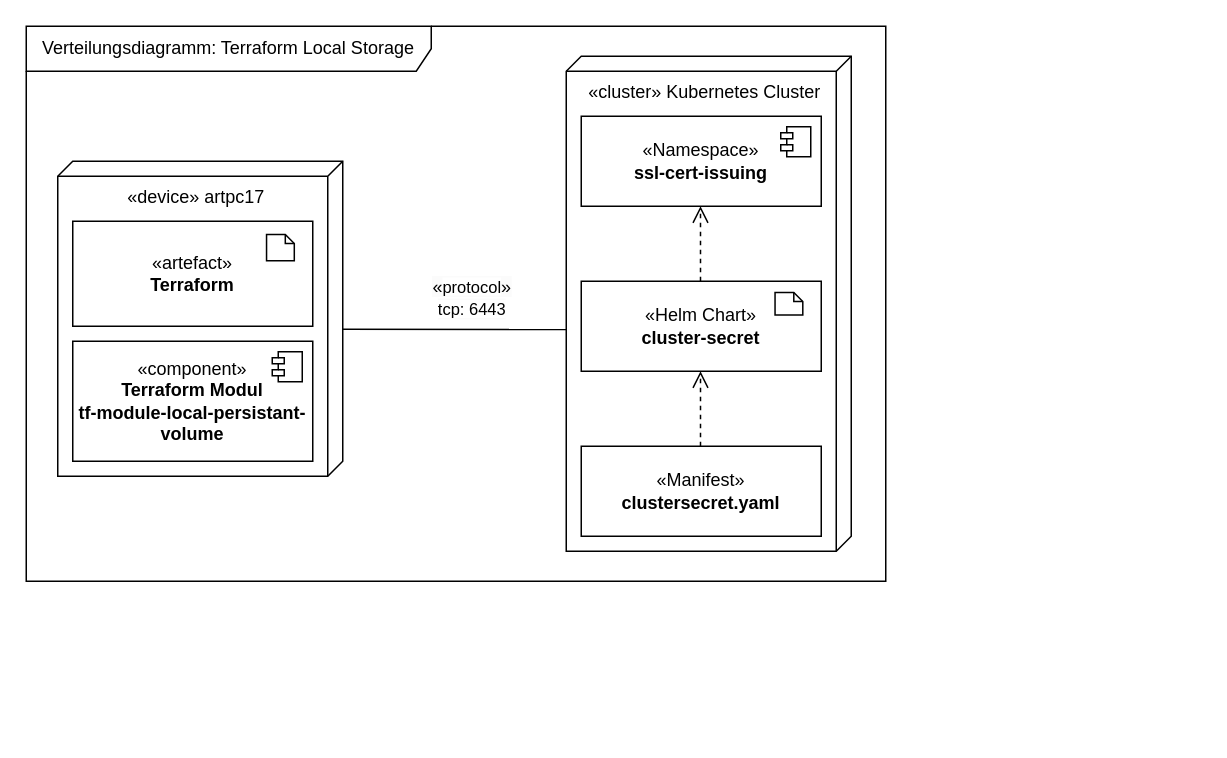
Earlier version of the draw.io diagram uni-bsc/dd-terraform-localstorage.drawio (pogii123/drawio-charts). Source tidied: cells renumbered, new cells numbered last; positions are measured from the earlier drawing's top-left corner, leaving out a move shared by most shapes. Both pictures are drawn from the tidied source at 150%, with x=0, y=0 at pixel (26, 26).
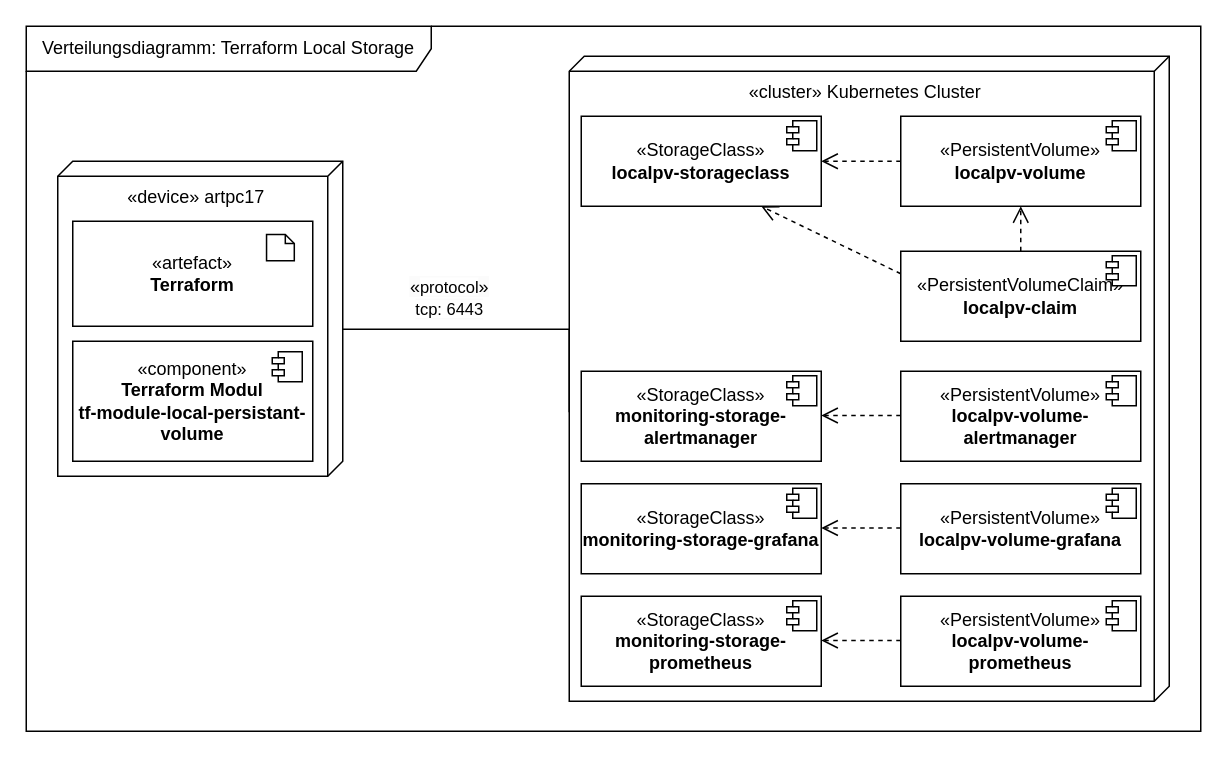
Above is the later version.

The change refers to these unchanged cells:
```xml
<mxCell id="8" style="edgeStyle=orthogonalEdgeStyle;rounded=0;jettySize=auto;html=1;endArrow=none;endFill=0;entryX=0.552;entryY=1;entryDx=0;entryDy=0;entryPerimeter=0;" parent="1" edge="1" target="11">
  <mxGeometry relative="1" as="geometry">
    <mxPoint x="211" y="202" as="sourcePoint" />
    <Array as="points">
      <mxPoint x="211" y="202" />
    </Array>
  </mxGeometry>
</mxCell>
```

What changed in the source:
```diff
@@
     <mxCell id="9" value="&lt;span style=&quot;font-size: 12px; text-wrap: wrap; background-color: rgb(251, 251, 251);&quot;&gt;&lt;span style=&quot;text-wrap-style: initial; background-color: rgb(251, 251, 251);&quot;&gt;«&lt;/span&gt;&lt;span style=&quot;font-size: 11px; text-wrap-mode: nowrap; background-color: rgb(255, 255, 255);&quot;&gt;protocol&lt;/span&gt;&lt;span style=&quot;text-wrap-style: initial; background-color: rgb(251, 251, 251);&quot;&gt;»&lt;/span&gt;&lt;br style=&quot;font-size: 11px; text-wrap-mode: nowrap;&quot;&gt;&lt;span style=&quot;font-size: 11px; text-wrap-mode: nowrap; background-color: rgb(255, 255, 255);&quot;&gt;tcp: 6443&lt;/span&gt;&lt;/span&gt;" style="edgeLabel;html=1;align=center;verticalAlign=middle;" parent="8" vertex="1">
       <mxGeometry x="-0.26" y="2" relative="1" as="geometry">
-        <mxPoint x="30" y="-20" as="offset" />
+        <mxPoint x="-6" y="-20" as="offset" />
       </mxGeometry>
     </mxCell>
     <mxCell id="10" value="Verteilungsdiagramm: Terraform Local Storage" style="shape=umlFrame;whiteSpace=wrap;html=1;width=270;height=30;" parent="1" vertex="1">
-      <mxGeometry width="573" height="370" as="geometry" />
+      <mxGeometry width="783" height="470" as="geometry" />
     </mxCell>
     <mxCell id="11" value="«cluster» Kubernetes Cluster" style="verticalAlign=top;align=center;shape=cube;size=10;direction=south;html=1;boundedLbl=1;spacingLeft=5;whiteSpace=wrap;" parent="10" vertex="1">
-      <mxGeometry x="360" y="20" width="190" height="330" as="geometry" />
+      <mxGeometry x="362" y="20" width="400" height="430" as="geometry" />
     </mxCell>
-    <mxCell id="12" value="«Namespace»&lt;b&gt;&lt;br&gt;ssl-cert-issuing&lt;/b&gt;" style="html=1;whiteSpace=wrap;" parent="10" vertex="1">
+    <mxCell id="12" value="«StorageClass»&lt;b&gt;&lt;br&gt;localpv-storageclass&lt;/b&gt;" style="html=1;whiteSpace=wrap;" parent="10" vertex="1">
       <mxGeometry x="370" y="60" width="160" height="60" as="geometry" />
     </mxCell>
     <mxCell id="13" style="shape=module;jettyWidth=8;jettyHeight=4;" parent="12" vertex="1">
       <mxGeometry x="1" width="20" height="20" relative="1" as="geometry">
-        <mxPoint x="-27" y="7" as="offset" />
+        <mxPoint x="-23" y="3" as="offset" />
       </mxGeometry>
     </mxCell>
-    <mxCell id="14" style="group;" parent="10" vertex="1">
-      <mxGeometry x="370" y="170" width="160" height="60" as="geometry" />
-    </mxCell>
-    <mxCell id="15" value="«Helm Chart»&lt;br&gt;&lt;b&gt;cluster-secret&lt;/b&gt;" style="html=1;whiteSpace=wrap;" parent="14" vertex="1">
-      <mxGeometry width="160" height="60" as="geometry" />
-    </mxCell>
-    <mxCell id="16" style="shape=note2;boundedLbl=1;whiteSpace=wrap;html=1;size=6;verticalAlign=top;align=left;spacingLeft=5;" parent="14" vertex="1">
-      <mxGeometry x="129.2" y="7.5" width="18.5" height="15" as="geometry" />
-    </mxCell>
-    <mxCell id="17" value="«Manifest»&lt;br&gt;&lt;b&gt;clustersecret.yaml&lt;/b&gt;" style="html=1;whiteSpace=wrap;" parent="10" vertex="1">
-      <mxGeometry x="370" y="280" width="160" height="60" as="geometry" />
-    </mxCell>
-    <mxCell id="18" style="rounded=0;orthogonalLoop=1;jettySize=auto;html=1;exitX=0.5;exitY=0;exitDx=0;exitDy=0;entryX=0.5;entryY=1;entryDx=0;entryDy=0;dashed=1;endArrow=open;endFill=0;strokeWidth=1;endSize=9;startSize=6;" parent="10" edge="1">
-      <mxGeometry relative="1" as="geometry">
-        <mxPoint x="449.5" y="280" as="sourcePoint" />
-        <mxPoint x="449.5" y="230" as="targetPoint" />
-      </mxGeometry>
-    </mxCell>
-    <mxCell id="19" style="rounded=0;orthogonalLoop=1;jettySize=auto;html=1;exitX=0.5;exitY=0;exitDx=0;exitDy=0;entryX=0.5;entryY=1;entryDx=0;entryDy=0;dashed=1;endArrow=open;endFill=0;strokeWidth=1;endSize=9;startSize=6;" parent="10" edge="1">
-      <mxGeometry relative="1" as="geometry">
-        <mxPoint x="449.5" y="170" as="sourcePoint" />
-        <mxPoint x="449.5" y="120" as="targetPoint" />
-      </mxGeometry>
+    <mxCell id="19" style="rounded=0;jettySize=auto;html=1;exitX=0;exitY=0.25;exitDx=0;exitDy=0;entryX=0.75;entryY=1;entryDx=0;entryDy=0;dashed=1;endArrow=open;endFill=0;strokeWidth=1;endSize=9;startSize=6;" parent="10" edge="1" source="22" target="12">
+      <mxGeometry relative="1" as="geometry" />
     </mxCell>
+    <mxCell id="20" value="«PersistentVolume»&lt;b&gt;&lt;br&gt;localpv-volume&lt;/b&gt;" style="html=1;whiteSpace=wrap;" parent="10" vertex="1">
+      <mxGeometry x="583" y="60" width="160" height="60" as="geometry" />
+    </mxCell>
+    <mxCell id="21" style="shape=module;jettyWidth=8;jettyHeight=4;" parent="20" vertex="1">
+      <mxGeometry x="1" width="20" height="20" relative="1" as="geometry">
+        <mxPoint x="-23" y="3" as="offset" />
+      </mxGeometry>
+    </mxCell>
+    <mxCell id="22" value="«PersistentVolumeClaim»&lt;b&gt;&lt;br&gt;localpv-claim&lt;/b&gt;" style="html=1;whiteSpace=wrap;" parent="10" vertex="1">
+      <mxGeometry x="583" y="150" width="160" height="60" as="geometry" />
+    </mxCell>
+    <mxCell id="23" style="shape=module;jettyWidth=8;jettyHeight=4;" parent="22" vertex="1">
+      <mxGeometry x="1" width="20" height="20" relative="1" as="geometry">
+        <mxPoint x="-23" y="3" as="offset" />
+      </mxGeometry>
+    </mxCell>
+    <mxCell id="24" style="rounded=0;jettySize=auto;html=1;exitX=0.5;exitY=0;exitDx=0;exitDy=0;entryX=0.5;entryY=1;entryDx=0;entryDy=0;dashed=1;endArrow=open;endFill=0;strokeWidth=1;endSize=9;startSize=6;" parent="10" edge="1" source="22" target="20">
+      <mxGeometry relative="1" as="geometry" />
+    </mxCell>
+    <mxCell id="25" style="rounded=0;jettySize=auto;html=1;exitX=0;exitY=0.5;exitDx=0;exitDy=0;entryX=1;entryY=0.5;entryDx=0;entryDy=0;dashed=1;endArrow=open;endFill=0;strokeWidth=1;endSize=9;startSize=6;" parent="10" edge="1" source="20" target="12">
+      <mxGeometry relative="1" as="geometry" />
+    </mxCell>
+    <mxCell id="26" value="«StorageClass»&lt;b&gt;&lt;br&gt;monitoring-storage-alertmanager&lt;/b&gt;" style="html=1;whiteSpace=wrap;" parent="10" vertex="1">
+      <mxGeometry x="370" y="230" width="160" height="60" as="geometry" />
+    </mxCell>
+    <mxCell id="27" style="shape=module;jettyWidth=8;jettyHeight=4;" parent="26" vertex="1">
+      <mxGeometry x="1" width="20" height="20" relative="1" as="geometry">
+        <mxPoint x="-23" y="3" as="offset" />
+      </mxGeometry>
+    </mxCell>
+    <mxCell id="28" value="«PersistentVolume»&lt;b&gt;&lt;br&gt;localpv-volume-alertmanager&lt;/b&gt;" style="html=1;whiteSpace=wrap;" parent="10" vertex="1">
+      <mxGeometry x="583" y="230" width="160" height="60" as="geometry" />
+    </mxCell>
+    <mxCell id="29" style="shape=module;jettyWidth=8;jettyHeight=4;" parent="28" vertex="1">
+      <mxGeometry x="1" width="20" height="20" relative="1" as="geometry">
+        <mxPoint x="-23" y="3" as="offset" />
+      </mxGeometry>
+    </mxCell>
+    <mxCell id="30" style="rounded=0;orthogonalLoop=1;jettySize=auto;html=1;exitX=0;exitY=0.5;exitDx=0;exitDy=0;entryX=1;entryY=0.5;entryDx=0;entryDy=0;dashed=1;endArrow=open;endFill=0;strokeWidth=1;endSize=9;startSize=6;" parent="10" edge="1">
+      <mxGeometry relative="1" as="geometry">
+        <mxPoint x="583" y="259.5" as="sourcePoint" />
+        <mxPoint x="530" y="259.5" as="targetPoint" />
+      </mxGeometry>
+    </mxCell>
+    <mxCell id="31" value="«StorageClass»&lt;b&gt;&lt;br&gt;monitoring-storage-grafana&lt;/b&gt;" style="html=1;whiteSpace=wrap;" parent="10" vertex="1">
+      <mxGeometry x="370" y="305" width="160" height="60" as="geometry" />
+    </mxCell>
+    <mxCell id="32" style="shape=module;jettyWidth=8;jettyHeight=4;" parent="31" vertex="1">
+      <mxGeometry x="1" width="20" height="20" relative="1" as="geometry">
+        <mxPoint x="-23" y="3" as="offset" />
+      </mxGeometry>
+    </mxCell>
+    <mxCell id="33" value="«PersistentVolume»&lt;b&gt;&lt;br&gt;localpv-volume-grafana&lt;/b&gt;" style="html=1;whiteSpace=wrap;" parent="10" vertex="1">
+      <mxGeometry x="583" y="305" width="160" height="60" as="geometry" />
+    </mxCell>
+    <mxCell id="34" style="shape=module;jettyWidth=8;jettyHeight=4;" parent="33" vertex="1">
+      <mxGeometry x="1" width="20" height="20" relative="1" as="geometry">
+        <mxPoint x="-23" y="3" as="offset" />
+      </mxGeometry>
+    </mxCell>
+    <mxCell id="35" style="rounded=0;orthogonalLoop=1;jettySize=auto;html=1;exitX=0;exitY=0.5;exitDx=0;exitDy=0;entryX=1;entryY=0.5;entryDx=0;entryDy=0;dashed=1;endArrow=open;endFill=0;strokeWidth=1;endSize=9;startSize=6;" parent="10" edge="1">
+      <mxGeometry relative="1" as="geometry">
+        <mxPoint x="583" y="334.5" as="sourcePoint" />
+        <mxPoint x="530" y="334.5" as="targetPoint" />
+      </mxGeometry>
+    </mxCell>
+    <mxCell id="36" value="«StorageClass»&lt;b&gt;&lt;br&gt;monitoring-storage-prometheus&lt;/b&gt;" style="html=1;whiteSpace=wrap;" parent="10" vertex="1">
+      <mxGeometry x="370" y="380" width="160" height="60" as="geometry" />
+    </mxCell>
+    <mxCell id="37" style="shape=module;jettyWidth=8;jettyHeight=4;" parent="36" vertex="1">
+      <mxGeometry x="1" width="20" height="20" relative="1" as="geometry">
+        <mxPoint x="-23" y="3" as="offset" />
+      </mxGeometry>
+    </mxCell>
+    <mxCell id="38" value="«PersistentVolume»&lt;b&gt;&lt;br&gt;localpv-volume-prometheus&lt;/b&gt;" style="html=1;whiteSpace=wrap;" parent="10" vertex="1">
+      <mxGeometry x="583" y="380" width="160" height="60" as="geometry" />
+    </mxCell>
+    <mxCell id="39" style="shape=module;jettyWidth=8;jettyHeight=4;" parent="38" vertex="1">
+      <mxGeometry x="1" width="20" height="20" relative="1" as="geometry">
+        <mxPoint x="-23" y="3" as="offset" />
+      </mxGeometry>
+    </mxCell>
+    <mxCell id="40" style="rounded=0;orthogonalLoop=1;jettySize=auto;html=1;exitX=0;exitY=0.5;exitDx=0;exitDy=0;entryX=1;entryY=0.5;entryDx=0;entryDy=0;dashed=1;endArrow=open;endFill=0;strokeWidth=1;endSize=9;startSize=6;" parent="10" edge="1">
+      <mxGeometry relative="1" as="geometry">
+        <mxPoint x="583" y="409.5" as="sourcePoint" />
+        <mxPoint x="530" y="409.5" as="targetPoint" />
+      </mxGeometry>
+    </mxCell>
```
